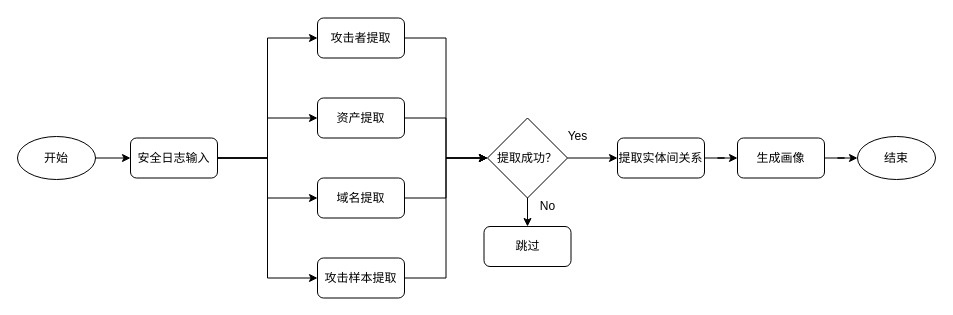
Above: 画像溯源分析.drawio in popvlovs/popvlovs-repository (draw.io), before the change. Source tidied: cells renumbered, new cells numbered last; positions are measured from the earlier drawing's top-left corner, leaving out a move shared by most shapes. Both pictures are drawn from the tidied source at 100%, with x=0, y=0 at pixel (17, 18).
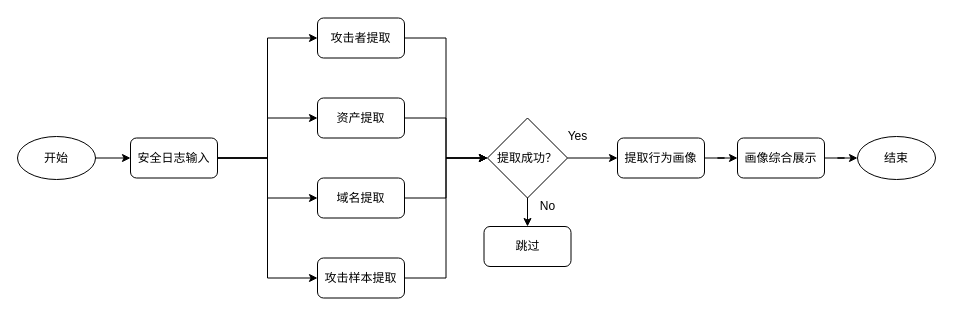
The same page after the edit.

Commit message (it also covers changes not shown here):
Update 画像溯源分析.drawio

The edit, as a diff of the source:
```diff
@@
-    <mxCell id="22" value="提取实体间关系" style="rounded=1;whiteSpace=wrap;html=1;fontSize=12;glass=0;strokeWidth=1;shadow=0;" parent="1" vertex="1">
+    <mxCell id="22" value="提取行为画像" style="rounded=1;whiteSpace=wrap;html=1;fontSize=12;glass=0;strokeWidth=1;shadow=0;" parent="1" vertex="1">
       <mxGeometry x="600" y="119.5" width="87" height="40" as="geometry" />
     </mxCell>
@@
-    <mxCell id="24" value="生成画像" style="rounded=1;whiteSpace=wrap;html=1;fontSize=12;glass=0;strokeWidth=1;shadow=0;" parent="1" vertex="1">
+    <mxCell id="24" value="画像综合展示" style="rounded=1;whiteSpace=wrap;html=1;fontSize=12;glass=0;strokeWidth=1;shadow=0;" parent="1" vertex="1">
       <mxGeometry x="720" y="119.5" width="87" height="40" as="geometry" />
     </mxCell>
```
